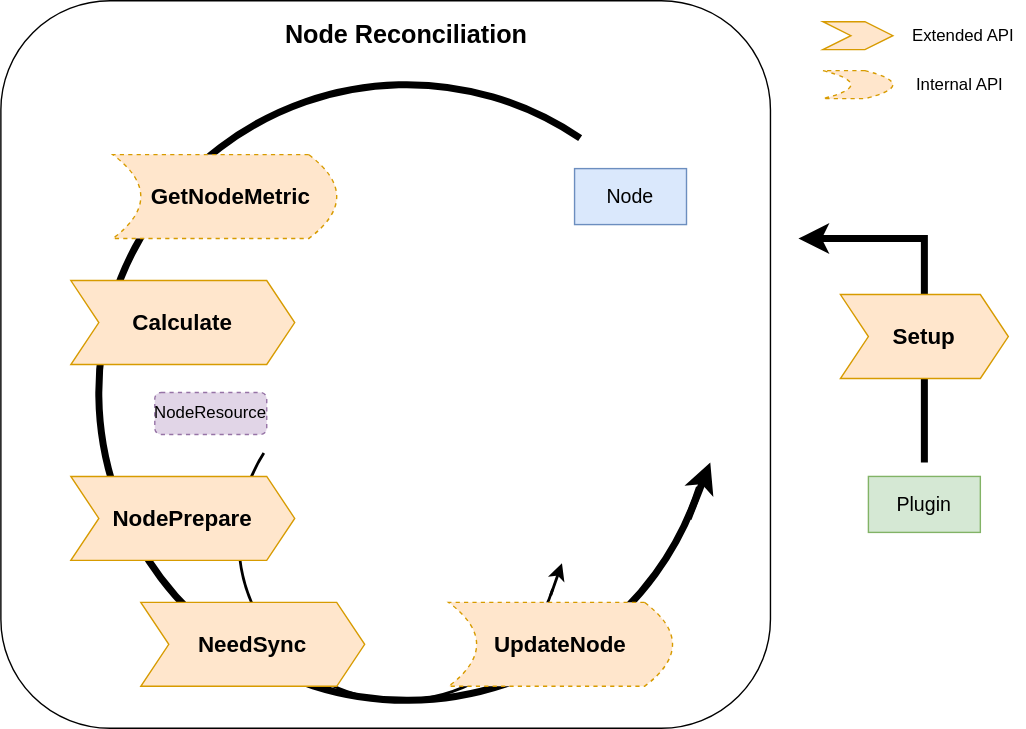
The draw.io diagram docs/images/noderesource-framework.svg in koordinator-sh/koordinator, before a commit. Source tidied: cells renumbered, new cells last; positions are measured from the earlier drawing's top-left corner, leaving out a move shared by most shapes.
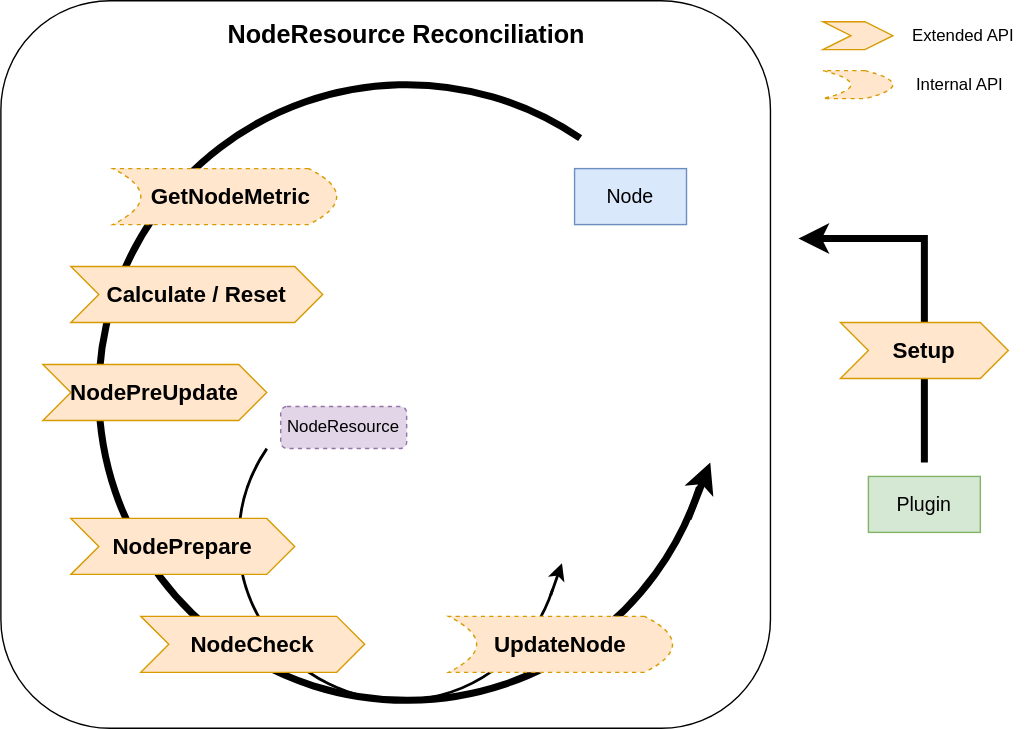
The same diagram one commit later.

The edit, as a diff of the source:
```diff
@@ -8,7 +8,7 @@
     <mxCell id="3" style="verticalLabelPosition=bottom;verticalAlign=top;html=1;shape=mxgraph.basic.arc;startAngle=0.3;endAngle=0.09529941067976658;strokeWidth=5;" parent="1" vertex="1">
       <mxGeometry x="70" y="60" width="440" height="440" as="geometry" />
     </mxCell>
-    <mxCell id="4" style="verticalLabelPosition=bottom;verticalAlign=top;html=1;shape=mxgraph.basic.arc;startAngle=0.3;endAngle=0.8400765416549235;strokeWidth=2;" parent="1" vertex="1">
+    <mxCell id="4" style="verticalLabelPosition=bottom;verticalAlign=top;html=1;shape=mxgraph.basic.arc;startAngle=0.3;endAngle=0.8454287129306658;strokeWidth=2;" parent="1" vertex="1">
       <mxGeometry x="170" y="270" width="230" height="230" as="geometry" />
     </mxCell>
     <mxCell id="5" style="endArrow=classic;html=1;rounded=0;strokeWidth=5;" parent="1" edge="1">
@@ -21,22 +21,22 @@
       </mxGeometry>
     </mxCell>
     <mxCell id="6" value="&lt;font style=&quot;font-size: 16px;&quot;&gt;&lt;b&gt;Setup&lt;/b&gt;&lt;/font&gt;" style="shape=step;perimeter=stepPerimeter;whiteSpace=wrap;html=1;fixedSize=1;fillColor=#ffe6cc;strokeColor=#d79b00;" parent="1" vertex="1">
-      <mxGeometry x="600" y="210" width="120" height="60" as="geometry" />
+      <mxGeometry x="600" y="230" width="120" height="40" as="geometry" />
     </mxCell>
-    <mxCell id="7" value="&lt;span style=&quot;font-size: 16px;&quot;&gt;&lt;b&gt;Calculate&lt;/b&gt;&lt;/span&gt;" style="shape=step;perimeter=stepPerimeter;whiteSpace=wrap;html=1;fixedSize=1;rotation=0;fillColor=#ffe6cc;strokeColor=#d79b00;" parent="1" vertex="1">
-      <mxGeometry x="50" y="200" width="160" height="60" as="geometry" />
+    <mxCell id="7" value="&lt;span style=&quot;font-size: 16px;&quot;&gt;&lt;b&gt;Calculate / Reset&lt;/b&gt;&lt;/span&gt;" style="shape=step;perimeter=stepPerimeter;whiteSpace=wrap;html=1;fixedSize=1;rotation=0;fillColor=#ffe6cc;strokeColor=#d79b00;" parent="1" vertex="1">
+      <mxGeometry x="50" y="190" width="180" height="40" as="geometry" />
     </mxCell>
     <mxCell id="8" value="&lt;span style=&quot;font-size: 16px;&quot;&gt;&lt;b&gt;NodePrepare&lt;/b&gt;&lt;/span&gt;" style="shape=step;perimeter=stepPerimeter;whiteSpace=wrap;html=1;fixedSize=1;fillColor=#ffe6cc;strokeColor=#d79b00;" parent="1" vertex="1">
-      <mxGeometry x="50" y="340" width="160" height="60" as="geometry" />
+      <mxGeometry x="50" y="370" width="160" height="40" as="geometry" />
     </mxCell>
-    <mxCell id="9" value="&lt;span style=&quot;font-size: 16px;&quot;&gt;&lt;b&gt;NeedSync&lt;/b&gt;&lt;/span&gt;" style="shape=step;perimeter=stepPerimeter;whiteSpace=wrap;html=1;fixedSize=1;fillColor=#ffe6cc;strokeColor=#d79b00;" parent="1" vertex="1">
-      <mxGeometry x="100" y="430" width="160" height="60" as="geometry" />
+    <mxCell id="9" value="&lt;span style=&quot;font-size: 16px;&quot;&gt;&lt;b&gt;NodeCheck&lt;/b&gt;&lt;/span&gt;" style="shape=step;perimeter=stepPerimeter;whiteSpace=wrap;html=1;fixedSize=1;fillColor=#ffe6cc;strokeColor=#d79b00;" parent="1" vertex="1">
+      <mxGeometry x="100" y="440" width="160" height="40" as="geometry" />
     </mxCell>
     <mxCell id="10" value="&lt;font style=&quot;font-size: 16px;&quot;&gt;&lt;b&gt;&amp;nbsp; GetNodeMetric&lt;/b&gt;&lt;/font&gt;" style="shape=dataStorage;whiteSpace=wrap;html=1;fixedSize=1;flipH=1;rotation=0;fillColor=#ffe6cc;strokeColor=#d79b00;dashed=1;" parent="1" vertex="1">
-      <mxGeometry x="80" y="110" width="160" height="60" as="geometry" />
+      <mxGeometry x="80" y="120" width="160" height="40" as="geometry" />
     </mxCell>
     <mxCell id="11" value="&lt;font style=&quot;font-size: 16px;&quot;&gt;&lt;b&gt;UpdateNode&lt;/b&gt;&lt;/font&gt;" style="shape=dataStorage;whiteSpace=wrap;html=1;fixedSize=1;flipH=1;fillColor=#ffe6cc;strokeColor=#d79b00;dashed=1;" parent="1" vertex="1">
-      <mxGeometry x="320" y="430" width="160" height="60" as="geometry" />
+      <mxGeometry x="320" y="440" width="160" height="40" as="geometry" />
     </mxCell>
     <mxCell id="12" value="&lt;font style=&quot;font-size: 14px;&quot;&gt;Plugin&lt;/font&gt;" style="rounded=0;whiteSpace=wrap;html=1;fillColor=#d5e8d4;strokeColor=#82b366;" parent="1" vertex="1">
       <mxGeometry x="620" y="340" width="80" height="40" as="geometry" />
@@ -50,7 +50,7 @@
         <mxPoint x="507" y="330" as="targetPoint" />
       </mxGeometry>
     </mxCell>
-    <mxCell id="15" value="&lt;font style=&quot;font-size: 18px;&quot;&gt;&lt;b&gt;Node Reconciliation&lt;/b&gt;&lt;/font&gt;" style="text;html=1;strokeColor=none;fillColor=none;align=center;verticalAlign=middle;whiteSpace=wrap;rounded=0;" parent="1" vertex="1">
+    <mxCell id="15" value="&lt;font style=&quot;font-size: 18px;&quot;&gt;&lt;b&gt;NodeResource Reconciliation&lt;/b&gt;&lt;/font&gt;" style="text;html=1;strokeColor=none;fillColor=none;align=center;verticalAlign=middle;whiteSpace=wrap;rounded=0;" parent="1" vertex="1">
       <mxGeometry x="150" y="10" width="280" height="30" as="geometry" />
     </mxCell>
     <mxCell id="16" style="shape=dataStorage;whiteSpace=wrap;html=1;fixedSize=1;flipH=1;rotation=0;fillColor=#ffe6cc;strokeColor=#d79b00;dashed=1;" parent="1" vertex="1">
@@ -72,7 +72,10 @@
       </mxGeometry>
     </mxCell>
     <mxCell id="21" value="NodeResource" style="rounded=1;whiteSpace=wrap;html=1;dashed=1;fillColor=#e1d5e7;strokeColor=#9673a6;" parent="1" vertex="1">
-      <mxGeometry x="110" y="280" width="80" height="30" as="geometry" />
+      <mxGeometry x="200" y="290" width="90" height="30" as="geometry" />
     </mxCell>
+    <mxCell id="22" value="&lt;span style=&quot;font-size: 16px;&quot;&gt;&lt;b&gt;NodePreUpdate&lt;/b&gt;&lt;/span&gt;" style="shape=step;perimeter=stepPerimeter;whiteSpace=wrap;html=1;fixedSize=1;fillColor=#ffe6cc;strokeColor=#d79b00;" parent="1" vertex="1">
+      <mxGeometry x="30" y="260" width="160" height="40" as="geometry" />
+    </mxCell>
   </root>
 </mxGraphModel>
```
